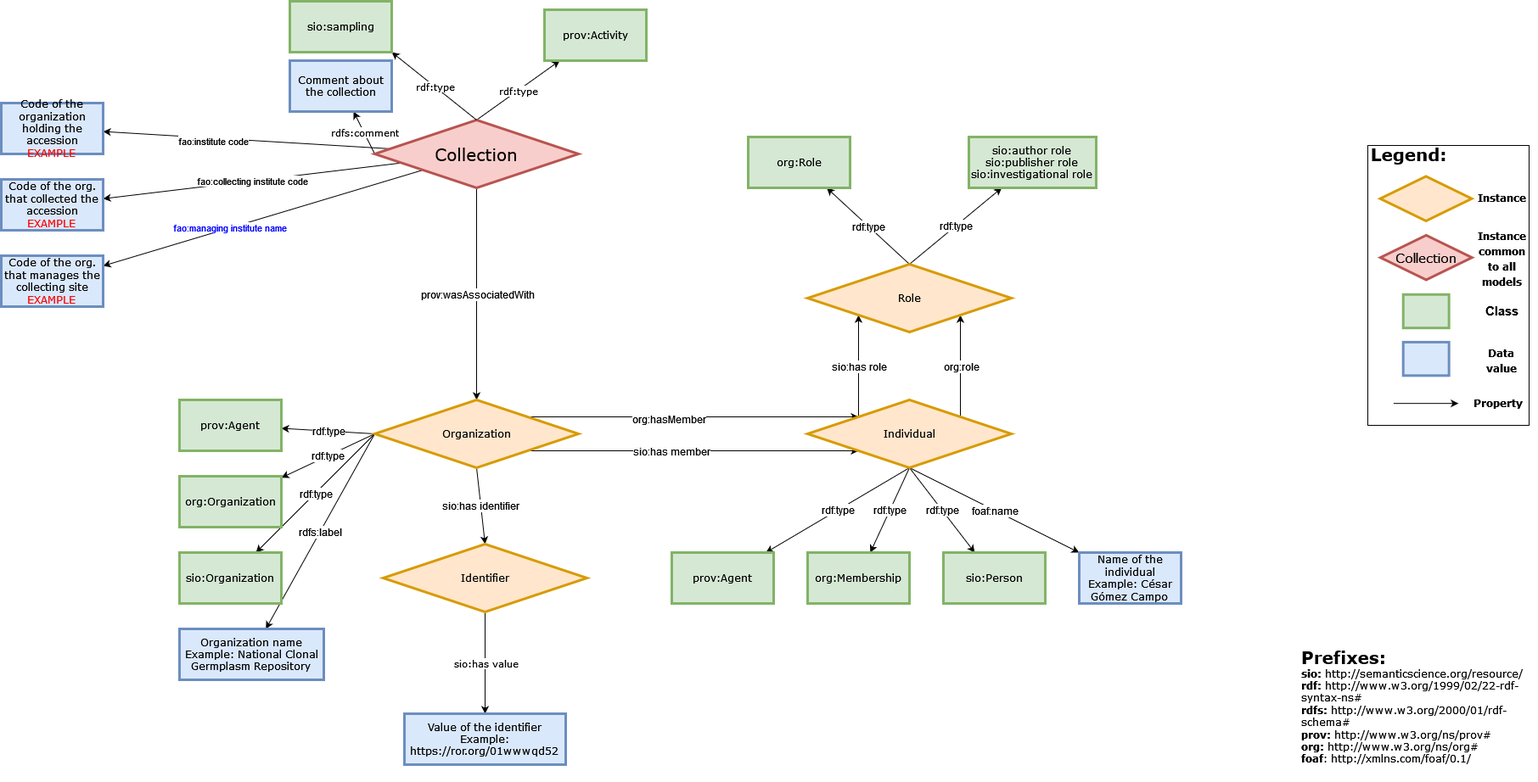
wilkinsonlab/FLAIR-GG keeps this draw.io diagram as SemanticModel/Images/Administrative Data Model.png. Above is the earlier version. Source tidied: cells renumbered, new cells last; positions are measured from the earlier drawing's top-left corner, leaving out a move shared by most shapes.
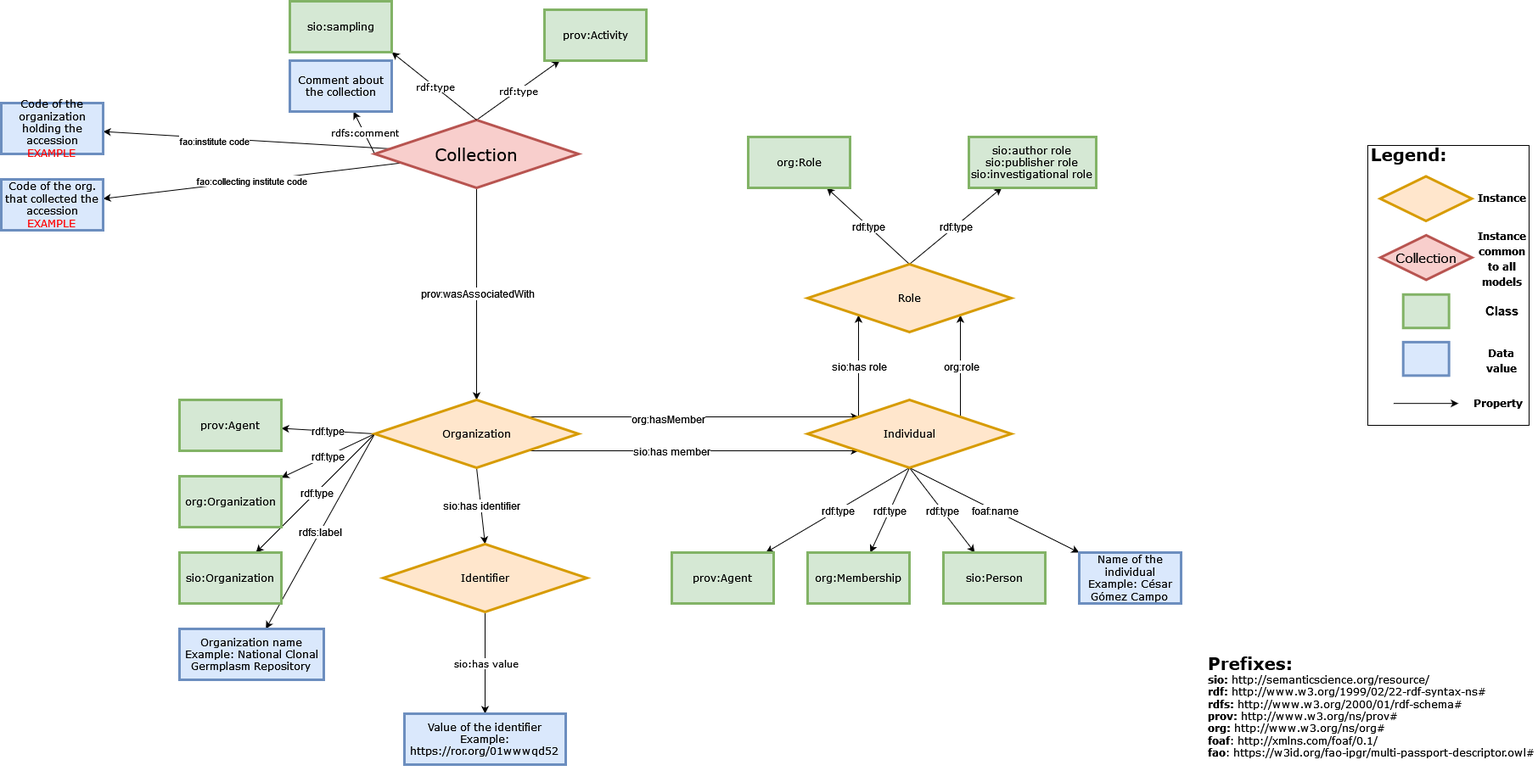
The same diagram one commit later.

Commit message:
Updated images of the admin and germplasm models

The edit, as a diff of the source:
```diff
@@ -29,14 +29,6 @@
     <mxCell id="10" value="fao:collecting institute code" style="edgeStyle=none;rounded=0;jettySize=auto;html=1;strokeColor=default;align=center;verticalAlign=middle;fontFamily=Helvetica;fontSize=11;fontColor=default;labelBackgroundColor=default;endArrow=classic;" parent="1" edge="1" source="13" target="81">
       <mxGeometry relative="1" as="geometry" />
     </mxCell>
-    <mxCell id="11" style="edgeStyle=none;rounded=0;jettySize=auto;html=1;strokeColor=default;align=center;verticalAlign=middle;fontFamily=Helvetica;fontSize=11;fontColor=default;labelBackgroundColor=default;endArrow=classic;" parent="1" edge="1" source="13" target="82">
-      <mxGeometry relative="1" as="geometry" />
-    </mxCell>
-    <mxCell id="12" value="&lt;font color=&quot;#0000ff&quot;&gt;fao:managing institute name&lt;/font&gt;" style="edgeLabel;html=1;align=center;verticalAlign=middle;fontFamily=Helvetica;fontSize=11;fontColor=default;labelBackgroundColor=default;" parent="11" vertex="1">
-      <mxGeometry x="0.21" y="-1" relative="1" as="geometry">
-        <mxPoint x="-1" as="offset" />
-      </mxGeometry>
-    </mxCell>
     <mxCell id="13" value="&lt;font style=&quot;font-size: 20px;&quot;&gt;Collection&lt;/font&gt;" style="rhombus;whiteSpace=wrap;html=1;fillColor=#f8cecc;strokeColor=#b85450;strokeWidth=3;fontFamily=Verdana;" parent="1" vertex="1">
       <mxGeometry x="440" y="140" width="240" height="80" as="geometry" />
     </mxCell>
@@ -198,8 +190,8 @@
     <mxCell id="65" value="&lt;div&gt;sio:author role&lt;/div&gt;&lt;div&gt;sio:publisher role&lt;/div&gt;&lt;div&gt;sio:investigational role&lt;br&gt;&lt;/div&gt;" style="whiteSpace=wrap;html=1;fontFamily=Verdana;fillColor=#d5e8d4;strokeColor=#82b366;strokeWidth=3;" parent="1" vertex="1">
       <mxGeometry x="1140" y="160" width="150" height="60" as="geometry" />
     </mxCell>
-    <mxCell id="66" value="&lt;div style=&quot;font-size: 20px;&quot; align=&quot;left&quot;&gt;&lt;font style=&quot;font-size: 20px;&quot; face=&quot;Verdana&quot;&gt;&lt;b&gt;&lt;font style=&quot;font-size: 20px;&quot;&gt;&lt;span style=&quot;&quot;&gt;Prefixes:&lt;/span&gt;&lt;br&gt;&lt;/font&gt;&lt;/b&gt;&lt;/font&gt;&lt;/div&gt;&lt;div style=&quot;&quot; align=&quot;left&quot;&gt;&lt;font style=&quot;font-size: 12px;&quot; face=&quot;Verdana&quot;&gt;&lt;b&gt;&lt;font style=&quot;font-size: 12px;&quot;&gt;sio:&lt;/font&gt;&lt;/b&gt;&lt;font style=&quot;font-size: 12px;&quot;&gt; http://semanticscience.org/resource/&lt;/font&gt;&lt;/font&gt;&lt;/div&gt;&lt;div align=&quot;left&quot;&gt;&lt;font style=&quot;font-size: 12px;&quot; face=&quot;Verdana&quot;&gt;&lt;b&gt;&lt;font style=&quot;font-size: 12px;&quot;&gt;rdf: &lt;/font&gt;&lt;/b&gt;http://www.w3.org/1999/02/22-rdf-syntax-ns#&lt;/font&gt;&lt;/div&gt;&lt;div align=&quot;left&quot;&gt;&lt;font style=&quot;font-size: 12px;&quot; face=&quot;Verdana&quot;&gt;&lt;b&gt;&lt;font style=&quot;font-size: 12px;&quot;&gt;rdfs&lt;/font&gt;&lt;font style=&quot;font-size: 12px;&quot;&gt;: &lt;/font&gt;&lt;/b&gt;&lt;font style=&quot;font-size: 12px;&quot;&gt;http://www.w3.org/2000/01/rdf-schema#&lt;/font&gt;&lt;font style=&quot;font-size: 12px;&quot;&gt;&lt;br&gt;&lt;/font&gt;&lt;/font&gt;&lt;/div&gt;&lt;div align=&quot;left&quot;&gt;&lt;font style=&quot;font-size: 12px;&quot; face=&quot;Verdana&quot;&gt;&lt;b&gt;&lt;font style=&quot;font-size: 12px;&quot;&gt;prov: &lt;/font&gt;&lt;/b&gt;&lt;font style=&quot;font-size: 12px;&quot;&gt;http://www.w3.org/ns/prov#&lt;br&gt;&lt;/font&gt;&lt;/font&gt;&lt;/div&gt;&lt;div align=&quot;left&quot;&gt;&lt;font style=&quot;font-size: 12px;&quot; face=&quot;Verdana&quot;&gt;&lt;font style=&quot;font-size: 12px;&quot;&gt;&lt;b&gt;org:&lt;/b&gt; http://www.w3.org/ns/org#&lt;br&gt;&lt;/font&gt;&lt;/font&gt;&lt;/div&gt;&lt;div style=&quot;&quot; align=&quot;left&quot;&gt;&lt;font style=&quot;font-size: 12px;&quot; face=&quot;Verdana&quot;&gt;&lt;font style=&quot;font-size: 12px;&quot;&gt;&lt;b&gt;foaf&lt;/b&gt;: http://xmlns.com/foaf/0.1/&lt;/font&gt;&lt;/font&gt;&lt;font style=&quot;font-size: 12px;&quot; face=&quot;Verdana&quot;&gt;&lt;font style=&quot;font-size: 12px;&quot;&gt;&lt;br&gt;&lt;/font&gt;&lt;/font&gt;&lt;/div&gt;&lt;div style=&quot;font-size: 15px;&quot; align=&quot;left&quot;&gt;&lt;font face=&quot;Verdana&quot; style=&quot;font-size: 15px;&quot;&gt;&lt;font style=&quot;font-size: 15px;&quot;&gt;&lt;br&gt;&lt;/font&gt;&lt;/font&gt;&lt;/div&gt;" style="text;html=1;align=left;verticalAlign=middle;whiteSpace=wrap;rounded=0;fontFamily=Verdana;" parent="1" vertex="1">
-      <mxGeometry x="1530" y="760" width="280" height="160" as="geometry" />
+    <mxCell id="66" value="&lt;div style=&quot;font-size: 20px;&quot; align=&quot;left&quot;&gt;&lt;font style=&quot;font-size: 20px;&quot; face=&quot;Verdana&quot;&gt;&lt;b&gt;&lt;font style=&quot;font-size: 20px;&quot;&gt;&lt;span style=&quot;&quot;&gt;Prefixes:&lt;/span&gt;&lt;br&gt;&lt;/font&gt;&lt;/b&gt;&lt;/font&gt;&lt;/div&gt;&lt;div style=&quot;&quot; align=&quot;left&quot;&gt;&lt;font style=&quot;font-size: 12px;&quot; face=&quot;Verdana&quot;&gt;&lt;b&gt;&lt;font style=&quot;font-size: 12px;&quot;&gt;sio:&lt;/font&gt;&lt;/b&gt;&lt;font style=&quot;font-size: 12px;&quot;&gt; http://semanticscience.org/resource/&lt;/font&gt;&lt;/font&gt;&lt;/div&gt;&lt;div align=&quot;left&quot;&gt;&lt;font style=&quot;font-size: 12px;&quot; face=&quot;Verdana&quot;&gt;&lt;b&gt;&lt;font style=&quot;font-size: 12px;&quot;&gt;rdf: &lt;/font&gt;&lt;/b&gt;http://www.w3.org/1999/02/22-rdf-syntax-ns#&lt;/font&gt;&lt;/div&gt;&lt;div align=&quot;left&quot;&gt;&lt;font style=&quot;font-size: 12px;&quot; face=&quot;Verdana&quot;&gt;&lt;b&gt;&lt;font style=&quot;font-size: 12px;&quot;&gt;rdfs&lt;/font&gt;&lt;font style=&quot;font-size: 12px;&quot;&gt;: &lt;/font&gt;&lt;/b&gt;&lt;font style=&quot;font-size: 12px;&quot;&gt;http://www.w3.org/2000/01/rdf-schema#&lt;/font&gt;&lt;font style=&quot;font-size: 12px;&quot;&gt;&lt;br&gt;&lt;/font&gt;&lt;/font&gt;&lt;/div&gt;&lt;div align=&quot;left&quot;&gt;&lt;font style=&quot;font-size: 12px;&quot; face=&quot;Verdana&quot;&gt;&lt;b&gt;&lt;font style=&quot;font-size: 12px;&quot;&gt;prov: &lt;/font&gt;&lt;/b&gt;&lt;font style=&quot;font-size: 12px;&quot;&gt;http://www.w3.org/ns/prov#&lt;br&gt;&lt;/font&gt;&lt;/font&gt;&lt;/div&gt;&lt;div align=&quot;left&quot;&gt;&lt;font style=&quot;font-size: 12px;&quot; face=&quot;Verdana&quot;&gt;&lt;font style=&quot;font-size: 12px;&quot;&gt;&lt;b&gt;org:&lt;/b&gt; http://www.w3.org/ns/org#&lt;br&gt;&lt;/font&gt;&lt;/font&gt;&lt;/div&gt;&lt;div style=&quot;&quot; align=&quot;left&quot;&gt;&lt;font style=&quot;font-size: 12px;&quot; face=&quot;Verdana&quot;&gt;&lt;font style=&quot;font-size: 12px;&quot;&gt;&lt;b&gt;foaf&lt;/b&gt;: http://xmlns.com/foaf/0.1/&lt;/font&gt;&lt;/font&gt;&lt;font style=&quot;font-size: 12px;&quot; face=&quot;Verdana&quot;&gt;&lt;font style=&quot;font-size: 12px;&quot;&gt;&lt;br&gt;&lt;/font&gt;&lt;/font&gt;&lt;/div&gt;&lt;div style=&quot;&quot; align=&quot;left&quot;&gt;&lt;font style=&quot;font-size: 12px;&quot; face=&quot;Verdana&quot;&gt;&lt;font style=&quot;font-size: 12px;&quot;&gt;&lt;b&gt;fao&lt;/b&gt;: https://w3id.org/fao-ipgr/multi-passport-descriptor.owl#&lt;br&gt;&lt;/font&gt;&lt;/font&gt;&lt;/div&gt;&lt;div style=&quot;font-size: 15px;&quot; align=&quot;left&quot;&gt;&lt;font face=&quot;Verdana&quot; style=&quot;font-size: 15px;&quot;&gt;&lt;font style=&quot;font-size: 15px;&quot;&gt;&lt;br&gt;&lt;/font&gt;&lt;/font&gt;&lt;/div&gt;" style="text;html=1;align=left;verticalAlign=middle;whiteSpace=wrap;rounded=0;fontFamily=Verdana;" parent="1" vertex="1">
+      <mxGeometry x="1420" y="760" width="390" height="160" as="geometry" />
     </mxCell>
     <mxCell id="67" style="group;" parent="1" vertex="1">
       <mxGeometry x="1610" y="170" width="190" height="330" as="geometry" />
@@ -249,8 +241,5 @@
     <mxCell id="81" value="&lt;div&gt;Code of the org. that collected the accession&lt;/div&gt;&lt;div&gt;&lt;font color=&quot;#ff0000&quot;&gt;EXAMPLE&lt;/font&gt;&lt;br&gt;&lt;/div&gt;" style="whiteSpace=wrap;html=1;fontFamily=Verdana;fillColor=#dae8fc;strokeColor=#6c8ebf;strokeWidth=3;" parent="1" vertex="1">
       <mxGeometry y="210" width="120" height="60" as="geometry" />
     </mxCell>
-    <mxCell id="82" value="&lt;div&gt;Code of the org. that manages the collecting site&lt;/div&gt;&lt;div&gt;&lt;font color=&quot;#ff0000&quot;&gt;EXAMPLE&lt;/font&gt;&lt;br&gt;&lt;/div&gt;" style="whiteSpace=wrap;html=1;fontFamily=Verdana;fillColor=#dae8fc;strokeColor=#6c8ebf;strokeWidth=3;" parent="1" vertex="1">
-      <mxGeometry y="300" width="120" height="60" as="geometry" />
-    </mxCell>
   </root>
 </mxGraphModel>
```
